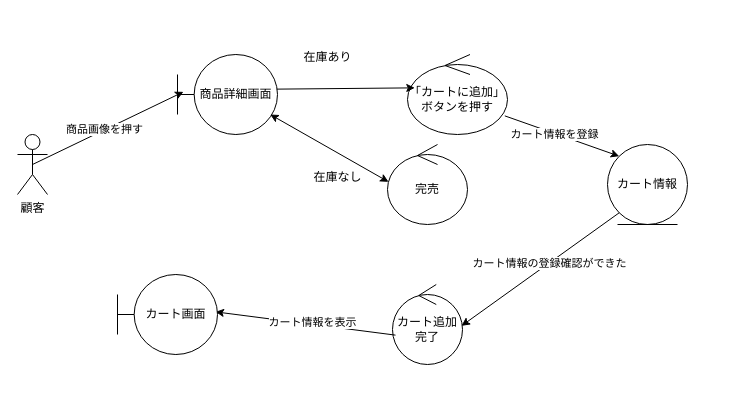
ko246/ohara_uml keeps this draw.io diagram as group/3-3_総合演習1_BBショップ注文管理システム/ロバストネス図/lo_c_04_cartadd.drawio. Above is the earlier version. Source tidied: cells renumbered, new cells numbered last; positions are measured from the earlier drawing's top-left corner, leaving out a move shared by most shapes. Both pictures are drawn from the tidied source at 100%, with x=0, y=0 at pixel (17, 42).
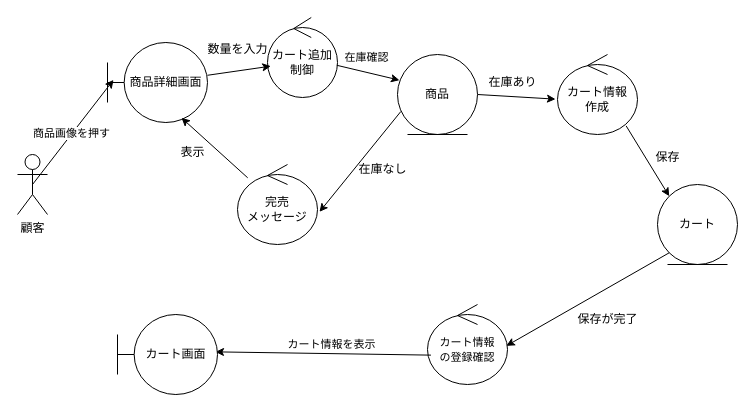
Above is the later version.

Commit message:
ロバストネス図を修正

Unchanged cells that the change refers to:
```xml
<mxCell id="10" style="endArrow=classic;html=1;exitX=0;exitY=1;exitDx=0;exitDy=0;entryX=0.986;entryY=0.517;entryDx=0;entryDy=0;entryPerimeter=0;" parent="1" edge="1" source="5" target="6">
  <mxGeometry relative="1" as="geometry" />
</mxCell>
<mxCell id="12" style="endArrow=classic;html=1;exitX=0.043;exitY=0.633;exitDx=0;exitDy=0;exitPerimeter=0;entryX=0.98;entryY=0.467;entryDx=0;entryDy=0;entryPerimeter=0;" parent="1" edge="1" source="6" target="16">
  <mxGeometry relative="1" as="geometry" />
</mxCell>
```

Change to the diagram source:
```diff
@@
     <mxCell id="2" value="顧客" style="shape=umlActor;verticalLabelPosition=bottom;verticalAlign=top;html=1;" parent="1" vertex="1">
-      <mxGeometry y="92" width="30" height="60" as="geometry" />
+      <mxGeometry y="112" width="30" height="60" as="geometry" />
     </mxCell>
     <mxCell id="3" value="商品詳細画面" style="shape=umlBoundary;whiteSpace=wrap;html=1;" parent="1" vertex="1">
-      <mxGeometry x="160" y="12" width="100" height="80" as="geometry" />
+      <mxGeometry x="90" width="100" height="80" as="geometry" />
     </mxCell>
-    <mxCell id="4" value="「カートに追加」ボタンを押す" style="ellipse;shape=umlControl;whiteSpace=wrap;html=1;" parent="1" vertex="1">
-      <mxGeometry x="390" y="12" width="100" height="80" as="geometry" />
+    <mxCell id="4" value="カート追加&lt;div&gt;制御&lt;/div&gt;" style="ellipse;shape=umlControl;whiteSpace=wrap;html=1;" parent="1" vertex="1">
+      <mxGeometry x="250" y="-25" width="70" height="80" as="geometry" />
     </mxCell>
-    <mxCell id="5" value="カート情報" style="ellipse;shape=umlEntity;whiteSpace=wrap;html=1;" parent="1" vertex="1">
-      <mxGeometry x="590" y="102" width="80" height="80" as="geometry" />
+    <mxCell id="5" value="カート" style="ellipse;shape=umlEntity;whiteSpace=wrap;html=1;" parent="1" vertex="1">
+      <mxGeometry x="640" y="142" width="80" height="80" as="geometry" />
     </mxCell>
-    <mxCell id="6" value="カート追加完了" style="ellipse;shape=umlControl;whiteSpace=wrap;html=1;" parent="1" vertex="1">
-      <mxGeometry x="375" y="242" width="70" height="80" as="geometry" />
+    <mxCell id="6" value="&lt;span style=&quot;color: rgb(0, 0, 0); font-size: 11px; text-wrap-mode: nowrap; background-color: rgb(255, 255, 255);&quot;&gt;カート情報&lt;/span&gt;&lt;div&gt;&lt;span style=&quot;color: rgb(0, 0, 0); font-size: 11px; text-wrap-mode: nowrap; background-color: rgb(255, 255, 255);&quot;&gt;の登録確認&lt;/span&gt;&lt;/div&gt;" style="ellipse;shape=umlControl;whiteSpace=wrap;html=1;" parent="1" vertex="1">
+      <mxGeometry x="410" y="262" width="80" height="80" as="geometry" />
     </mxCell>
-    <mxCell id="7" style="endArrow=classic;html=1;exitX=0.993;exitY=0.433;exitDx=0;exitDy=0;exitPerimeter=0;entryX=0.073;entryY=0.417;entryDx=0;entryDy=0;entryPerimeter=0;" parent="1" edge="1" source="3" target="4">
+    <mxCell id="7" style="endArrow=classic;html=1;entryX=0;entryY=0;entryDx=0;entryDy=0;exitX=0.858;exitY=0.892;exitDx=0;exitDy=0;exitPerimeter=0;" parent="1" edge="1" source="28" target="5">
       <mxGeometry relative="1" as="geometry" />
     </mxCell>
-    <mxCell id="8" style="endArrow=classic;html=1;exitX=0.973;exitY=0.767;exitDx=0;exitDy=0;exitPerimeter=0;entryX=0;entryY=0;entryDx=0;entryDy=0;" parent="1" edge="1" source="4" target="5">
+    <mxCell id="8" style="endArrow=classic;html=1;exitX=1;exitY=0.5;exitDx=0;exitDy=0;entryX=-0.025;entryY=0.558;entryDx=0;entryDy=0;entryPerimeter=0;" parent="1" edge="1" source="22" target="28">
       <mxGeometry relative="1" as="geometry" />
     </mxCell>
-    <mxCell id="9" value="カート情報を登録" style="edgeLabel;html=1;align=center;verticalAlign=middle;" parent="8" vertex="1">
-      <mxGeometry x="-0.12" y="-1" relative="1" as="geometry" />
-    </mxCell>
@@
-    <mxCell id="11" value="カート情報の登録確認ができた" style="edgeLabel;html=1;align=center;verticalAlign=middle;" parent="10" vertex="1">
-      <mxGeometry x="-0.11" relative="1" as="geometry" />
-    </mxCell>
@@
     <mxCell id="13" value="カート情報を表示" style="edgeLabel;html=1;align=center;verticalAlign=middle;" parent="12" vertex="1">
-      <mxGeometry x="-0.07" y="-2" relative="1" as="geometry" />
+      <mxGeometry x="-0.07" y="-2" relative="1" as="geometry">
+        <mxPoint y="-8" as="offset" />
+      </mxGeometry>
     </mxCell>
@@
     <mxCell id="16" value="カート画面" style="shape=umlBoundary;whiteSpace=wrap;html=1;" parent="1" vertex="1">
-      <mxGeometry x="100" y="232" width="100" height="80" as="geometry" />
+      <mxGeometry x="100" y="272" width="100" height="80" as="geometry" />
     </mxCell>
-    <mxCell id="17" value="完売" style="ellipse;shape=umlControl;whiteSpace=wrap;html=1;" parent="1" vertex="1">
-      <mxGeometry x="370" y="102" width="80" height="80" as="geometry" />
+    <mxCell id="17" value="完売&lt;div&gt;メッセージ&lt;/div&gt;" style="ellipse;shape=umlControl;whiteSpace=wrap;html=1;" parent="1" vertex="1">
+      <mxGeometry x="220" y="122" width="80" height="80" as="geometry" />
     </mxCell>
     <mxCell id="18" value="在庫あり" style="text;html=1;align=center;verticalAlign=middle;strokeColor=none;fillColor=none;" parent="1" vertex="1">
-      <mxGeometry x="275" width="70" height="30" as="geometry" />
+      <mxGeometry x="460" y="25" width="70" height="30" as="geometry" />
     </mxCell>
     <mxCell id="19" value="在庫なし" style="text;html=1;align=center;verticalAlign=middle;strokeColor=none;fillColor=none;" parent="1" vertex="1">
-      <mxGeometry x="285" y="120" width="70" height="30" as="geometry" />
+      <mxGeometry x="330" y="112" width="70" height="30" as="geometry" />
     </mxCell>
-    <mxCell id="20" style="endArrow=classic;startArrow=classic;html=1;exitX=0.927;exitY=0.75;exitDx=0;exitDy=0;exitPerimeter=0;entryX=0.013;entryY=0.467;entryDx=0;entryDy=0;entryPerimeter=0;" parent="1" edge="1" source="3" target="17">
-      <mxGeometry relative="1" as="geometry" />
-    </mxCell>
@@
+    <mxCell id="22" value="商品" style="ellipse;shape=umlEntity;whiteSpace=wrap;html=1;" parent="1" vertex="1">
+      <mxGeometry x="380" y="12" width="80" height="80" as="geometry" />
+    </mxCell>
+    <mxCell id="23" style="edgeStyle=none;html=1;entryX=0.74;entryY=0.942;entryDx=0;entryDy=0;entryPerimeter=0;" parent="1" edge="1" source="17" target="3">
+      <mxGeometry relative="1" as="geometry" />
+    </mxCell>
+    <mxCell id="24" style="edgeStyle=none;html=1;entryX=1.025;entryY=0.592;entryDx=0;entryDy=0;entryPerimeter=0;exitX=0.042;exitY=0.712;exitDx=0;exitDy=0;exitPerimeter=0;" parent="1" edge="1" source="22" target="17">
+      <mxGeometry relative="1" as="geometry" />
+    </mxCell>
+    <mxCell id="25" style="edgeStyle=none;html=1;entryX=0.047;entryY=0.608;entryDx=0;entryDy=0;entryPerimeter=0;" parent="1" edge="1" source="3" target="4">
+      <mxGeometry relative="1" as="geometry" />
+    </mxCell>
+    <mxCell id="26" style="edgeStyle=none;html=1;entryX=0.025;entryY=0.321;entryDx=0;entryDy=0;entryPerimeter=0;" parent="1" edge="1" source="4" target="22">
+      <mxGeometry relative="1" as="geometry" />
+    </mxCell>
+    <mxCell id="27" value="在庫確認" style="edgeLabel;html=1;align=center;verticalAlign=middle;" parent="26" vertex="1">
+      <mxGeometry x="-0.01" y="2" relative="1" as="geometry">
+        <mxPoint x="-2" y="-14" as="offset" />
+      </mxGeometry>
+    </mxCell>
+    <mxCell id="28" value="カート情報&lt;div&gt;作成&lt;/div&gt;" style="ellipse;shape=umlControl;whiteSpace=wrap;html=1;" parent="1" vertex="1">
+      <mxGeometry x="540" y="12" width="80" height="80" as="geometry" />
+    </mxCell>
+    <mxCell id="29" value="表示" style="text;html=1;align=center;verticalAlign=middle;strokeColor=none;fillColor=none;" parent="1" vertex="1">
+      <mxGeometry x="150" y="95" width="50" height="30" as="geometry" />
+    </mxCell>
+    <mxCell id="30" value="数量を入力" style="text;html=1;align=center;verticalAlign=middle;strokeColor=none;fillColor=none;" parent="1" vertex="1">
+      <mxGeometry x="180" y="-8" width="80" height="30" as="geometry" />
+    </mxCell>
+    <mxCell id="31" value="保存" style="text;html=1;align=center;verticalAlign=middle;strokeColor=none;fillColor=none;" parent="1" vertex="1">
+      <mxGeometry x="625" y="100" width="50" height="30" as="geometry" />
+    </mxCell>
+    <mxCell id="32" value="保存が完了" style="text;html=1;align=center;verticalAlign=middle;strokeColor=none;fillColor=none;" parent="1" vertex="1">
+      <mxGeometry x="550" y="262" width="80" height="30" as="geometry" />
+    </mxCell>
```
